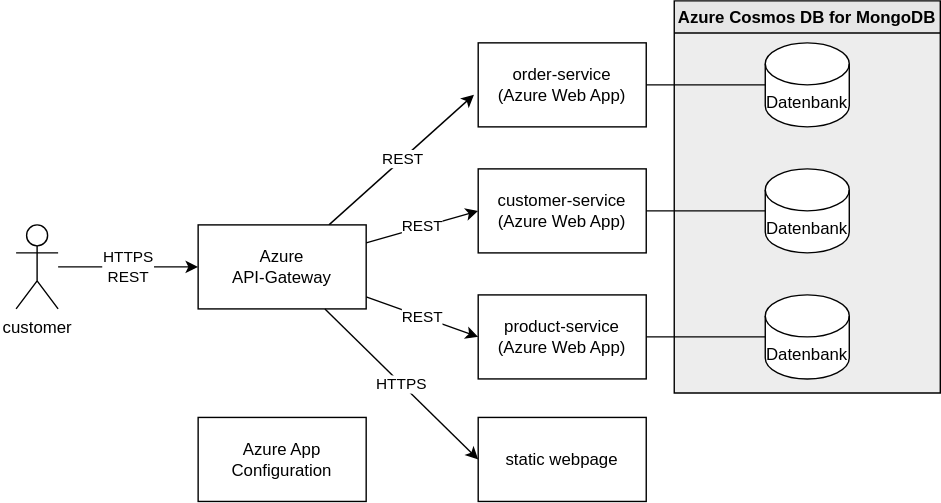
Earlier version of the draw.io export images/architecture.drawio.svg (tederer/ssoa-pt-grp7). Source tidied: cells renumbered, new cells last; positions are measured from the earlier drawing's top-left corner, leaving out a move shared by most shapes.
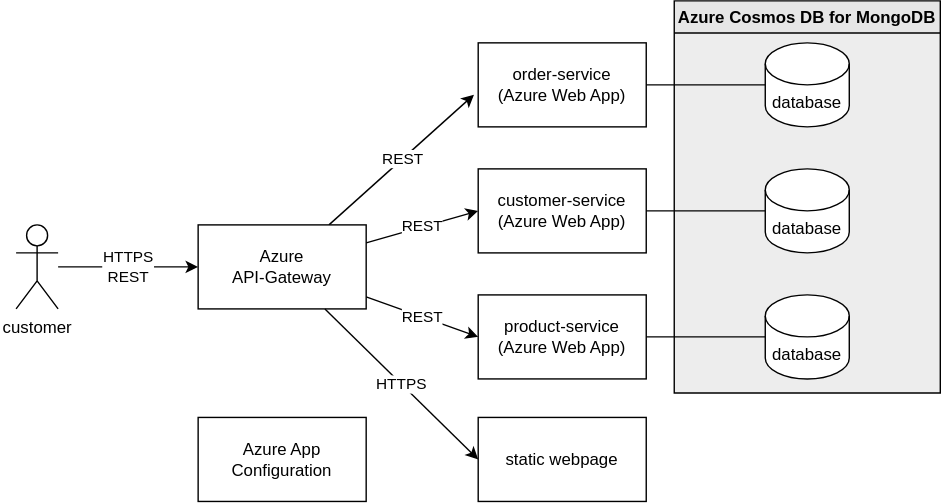
The same file after the commit.

Diff of the diagram source:
```diff
@@ -11,13 +11,13 @@
     <mxCell id="4" value="Azure Cosmos DB for MongoDB" style="swimlane;fillStyle=solid;fillColor=#E6E6E6;swimlaneFillColor=#EDEDED;" parent="1" vertex="1">
       <mxGeometry x="470" width="190" height="280" as="geometry" />
     </mxCell>
-    <mxCell id="5" value="Datenbank" style="shape=cylinder3;whiteSpace=wrap;html=1;boundedLbl=1;backgroundOutline=1;size=15;" parent="4" vertex="1">
+    <mxCell id="5" value="database" style="shape=cylinder3;whiteSpace=wrap;html=1;boundedLbl=1;backgroundOutline=1;size=15;" parent="4" vertex="1">
       <mxGeometry x="65" y="30" width="60" height="60" as="geometry" />
     </mxCell>
-    <mxCell id="6" value="Datenbank" style="shape=cylinder3;whiteSpace=wrap;html=1;boundedLbl=1;backgroundOutline=1;size=15;" parent="4" vertex="1">
+    <mxCell id="6" value="database" style="shape=cylinder3;whiteSpace=wrap;html=1;boundedLbl=1;backgroundOutline=1;size=15;" parent="4" vertex="1">
       <mxGeometry x="65" y="120" width="60" height="60" as="geometry" />
     </mxCell>
-    <mxCell id="7" value="Datenbank" style="shape=cylinder3;whiteSpace=wrap;html=1;boundedLbl=1;backgroundOutline=1;size=15;" parent="4" vertex="1">
+    <mxCell id="7" value="database" style="shape=cylinder3;whiteSpace=wrap;html=1;boundedLbl=1;backgroundOutline=1;size=15;" parent="4" vertex="1">
       <mxGeometry x="65" y="210" width="60" height="60" as="geometry" />
     </mxCell>
     <mxCell id="8" value="order-service&lt;br&gt;(Azure Web App)" style="rounded=0;whiteSpace=wrap;html=1;" parent="1" vertex="1">
```
